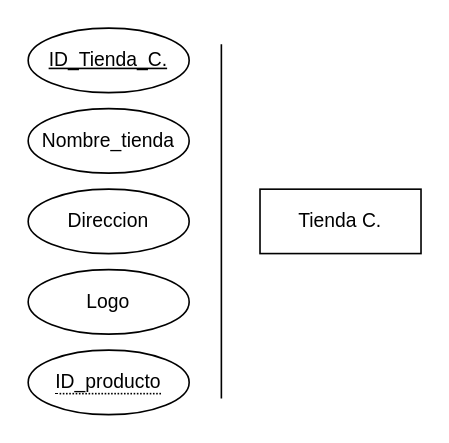
Before: Modelos entidad relacion.drawio in BrayanRosasC/Tareas, a draw.io diagram. Source tidied: cells renumbered, new cells numbered last; positions are measured from the earlier drawing's top-left corner, leaving out a move shared by most shapes. Both pictures are drawn from the tidied source at 161%, with x=0, y=0 at pixel (27, 27).
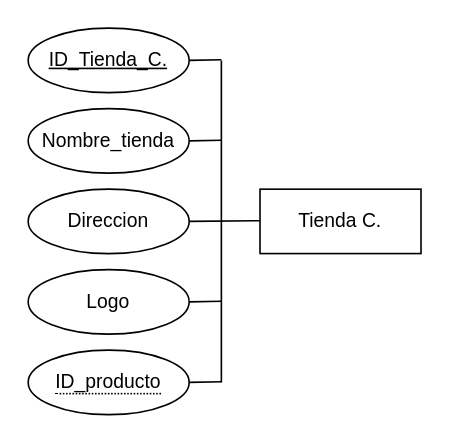
After the change.

The edit, as a diff of the source:
```diff
@@
 <mxGraphModel>
   <root>
     <mxCell id="0" />
     <mxCell id="1" parent="0" />
     <mxCell id="2" value="Tienda C." style="whiteSpace=wrap;html=1;align=center;" parent="1" vertex="1">
       <mxGeometry x="144" y="100" width="100" height="40" as="geometry" />
     </mxCell>
     <mxCell id="3" value="Nombre_tienda" style="ellipse;whiteSpace=wrap;html=1;align=center;" parent="1" vertex="1">
       <mxGeometry y="50" width="100" height="40" as="geometry" />
     </mxCell>
     <mxCell id="4" value="ID_Tienda_C." style="ellipse;whiteSpace=wrap;html=1;align=center;fontStyle=4;" parent="1" vertex="1">
       <mxGeometry width="100" height="40" as="geometry" />
     </mxCell>
     <mxCell id="5" value="&lt;span style=&quot;border-bottom: 1px dotted&quot;&gt;ID_producto&lt;/span&gt;" style="ellipse;whiteSpace=wrap;html=1;align=center;" parent="1" vertex="1">
       <mxGeometry y="200" width="100" height="40" as="geometry" />
     </mxCell>
     <mxCell id="6" value="Direccion" style="ellipse;whiteSpace=wrap;html=1;align=center;" parent="1" vertex="1">
       <mxGeometry y="100" width="100" height="40" as="geometry" />
     </mxCell>
     <mxCell id="7" value="Logo" style="ellipse;whiteSpace=wrap;html=1;align=center;" parent="1" vertex="1">
       <mxGeometry y="150" width="100" height="40" as="geometry" />
     </mxCell>
     <mxCell id="8" style="endArrow=none;html=1;rounded=0;" parent="1" edge="1">
       <mxGeometry relative="1" as="geometry">
-        <mxPoint x="120" y="230" as="sourcePoint" />
-        <mxPoint x="120" y="10" as="targetPoint" />
+        <mxPoint x="120" y="220" as="sourcePoint" />
+        <mxPoint x="120" y="20" as="targetPoint" />
       </mxGeometry>
     </mxCell>
+    <mxCell id="9" style="endArrow=none;html=1;rounded=0;exitX=1;exitY=0.5;exitDx=0;exitDy=0;" parent="1" edge="1" source="4">
+      <mxGeometry relative="1" as="geometry">
+        <mxPoint x="120" y="19.6" as="targetPoint" />
+      </mxGeometry>
+    </mxCell>
+    <mxCell id="10" style="endArrow=none;html=1;rounded=0;exitX=1;exitY=0.5;exitDx=0;exitDy=0;" parent="1" edge="1" source="6">
+      <mxGeometry relative="1" as="geometry">
+        <mxPoint x="144" y="119.6" as="targetPoint" />
+      </mxGeometry>
+    </mxCell>
+    <mxCell id="11" style="endArrow=none;html=1;rounded=0;exitX=1;exitY=0.5;exitDx=0;exitDy=0;" parent="1" edge="1">
+      <mxGeometry relative="1" as="geometry">
+        <mxPoint x="100" y="70" as="sourcePoint" />
+        <mxPoint x="120" y="69.6" as="targetPoint" />
+      </mxGeometry>
+    </mxCell>
+    <mxCell id="12" style="endArrow=none;html=1;rounded=0;exitX=1;exitY=0.5;exitDx=0;exitDy=0;" parent="1" edge="1">
+      <mxGeometry relative="1" as="geometry">
+        <mxPoint x="100" y="170" as="sourcePoint" />
+        <mxPoint x="120" y="169.6" as="targetPoint" />
+      </mxGeometry>
+    </mxCell>
+    <mxCell id="13" style="endArrow=none;html=1;rounded=0;exitX=1;exitY=0.5;exitDx=0;exitDy=0;" parent="1" edge="1">
+      <mxGeometry relative="1" as="geometry">
+        <mxPoint x="100" y="220" as="sourcePoint" />
+        <mxPoint x="120" y="219.6" as="targetPoint" />
+      </mxGeometry>
+    </mxCell>
   </root>
 </mxGraphModel>
```
